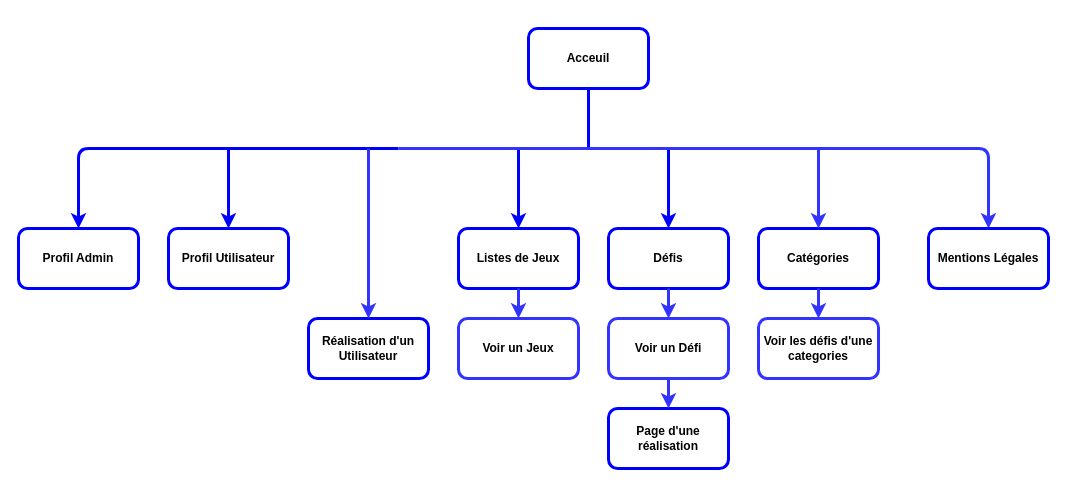
Earlier version of the draw.io diagram doc/Arborescence.drawio (RomainCenturioni/Gamer-Challenge-Back). Source tidied: cells renumbered, new cells numbered last; positions are measured from the earlier drawing's top-left corner, leaving out a move shared by most shapes. Both pictures are drawn from the tidied source at 100%, with x=0, y=0 at pixel (18, 28).
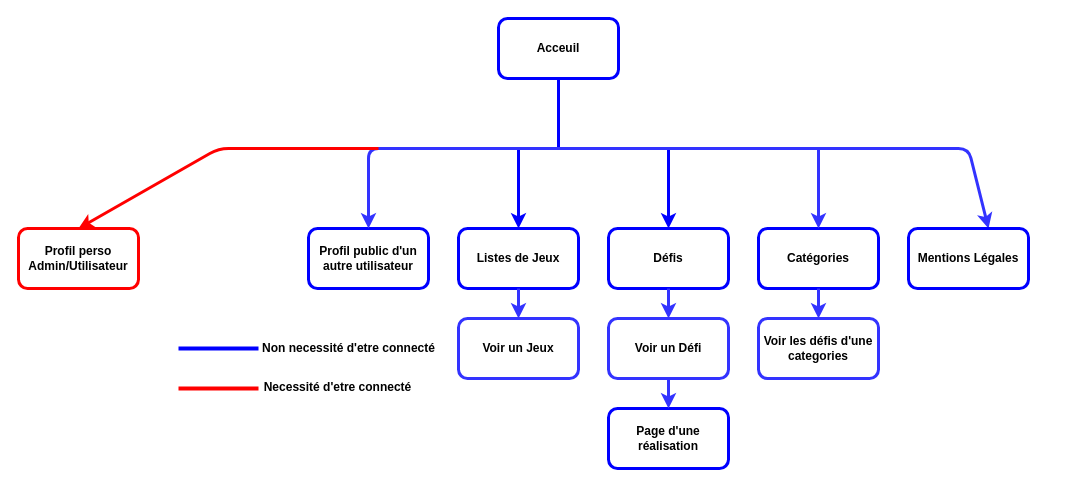
The same diagram, later.

Change to the diagram source:
```diff
@@
     <mxCell id="2" value="&lt;b&gt;Acceuil&lt;/b&gt;" style="rounded=1;whiteSpace=wrap;html=1;strokeColor=#0000FF;strokeWidth=3;" parent="1" vertex="1">
-      <mxGeometry x="510" width="120" height="60" as="geometry" />
+      <mxGeometry x="480" y="-10" width="120" height="60" as="geometry" />
     </mxCell>
     <mxCell id="3" style="endArrow=none;html=1;entryX=0.5;entryY=1;entryDx=0;entryDy=0;fillColor=#0000FF;strokeWidth=3;strokeColor=#0000FF;" parent="1" edge="1" target="2">
       <mxGeometry relative="1" as="geometry">
-        <mxPoint x="570" y="120" as="sourcePoint" />
+        <mxPoint x="540" y="120" as="sourcePoint" />
       </mxGeometry>
     </mxCell>
@@
-    <mxCell id="10" value="&lt;b&gt;Profil Admin&lt;/b&gt;" style="rounded=1;whiteSpace=wrap;html=1;strokeColor=#0000FF;strokeWidth=3;" parent="1" vertex="1">
+    <mxCell id="10" value="&lt;b&gt;Profil perso Admin/Utilisateur&lt;/b&gt;" style="rounded=1;whiteSpace=wrap;html=1;strokeColor=light-dark(#ff0000, #cdcdff);strokeWidth=3;" parent="1" vertex="1">
       <mxGeometry y="200" width="120" height="60" as="geometry" />
     </mxCell>
@@
-    <mxCell id="15" style="endArrow=classic;html=1;strokeWidth=3;strokeColor=#0000FF;entryX=0.5;entryY=0;entryDx=0;entryDy=0;" parent="1" edge="1" target="10">
-      <mxGeometry relative="1" as="geometry">
-        <mxPoint x="380" y="120" as="sourcePoint" />
-        <Array as="points">
-          <mxPoint x="60" y="120" />
-        </Array>
-      </mxGeometry>
-    </mxCell>
@@
     <mxCell id="17" style="endArrow=classic;html=1;strokeWidth=3;strokeColor=#3333FF;" parent="1" edge="1">
       <mxGeometry relative="1" as="geometry">
-        <mxPoint x="380" y="120" as="sourcePoint" />
+        <mxPoint x="370" y="120" as="sourcePoint" />
         <mxPoint x="970" y="200" as="targetPoint" />
         <Array as="points">
-          <mxPoint x="970" y="120" />
+          <mxPoint x="950" y="120" />
         </Array>
       </mxGeometry>
     </mxCell>
@@
     <mxCell id="19" value="&lt;b&gt;Mentions Légales&lt;/b&gt;" style="rounded=1;whiteSpace=wrap;html=1;strokeColor=#0000FF;strokeWidth=3;" parent="1" vertex="1">
-      <mxGeometry x="910" y="200" width="120" height="60" as="geometry" />
+      <mxGeometry x="890" y="200" width="120" height="60" as="geometry" />
     </mxCell>
-    <mxCell id="20" value="&lt;b&gt;Profil Utilisateur&lt;/b&gt;" style="rounded=1;whiteSpace=wrap;html=1;strokeColor=#0000FF;strokeWidth=3;" parent="1" vertex="1">
-      <mxGeometry x="150" y="200" width="120" height="60" as="geometry" />
-    </mxCell>
-    <mxCell id="21" style="endArrow=classic;html=1;fillColor=#0000FF;strokeWidth=3;strokeColor=#0000FF;entryX=0.5;entryY=0;entryDx=0;entryDy=0;" parent="1" edge="1" target="20">
-      <mxGeometry relative="1" as="geometry">
-        <mxPoint x="210" y="120" as="sourcePoint" />
-      </mxGeometry>
-    </mxCell>
-    <mxCell id="22" value="&lt;b&gt;Réalisation d'un Utilisateur&lt;/b&gt;" style="rounded=1;whiteSpace=wrap;html=1;strokeColor=#0000FF;strokeWidth=3;" parent="1" vertex="1">
-      <mxGeometry x="290" y="290" width="120" height="60" as="geometry" />
+    <mxCell id="22" value="&lt;b&gt;Profil public d'un autre utilisateur&lt;/b&gt;" style="rounded=1;whiteSpace=wrap;html=1;strokeColor=#0000FF;strokeWidth=3;" parent="1" vertex="1">
+      <mxGeometry x="290" y="200" width="120" height="60" as="geometry" />
     </mxCell>
@@
     <mxCell id="24" style="endArrow=classic;html=1;strokeWidth=3;strokeColor=#3333FF;entryX=0.5;entryY=0;entryDx=0;entryDy=0;" parent="1" edge="1" target="22">
       <mxGeometry relative="1" as="geometry">
-        <mxPoint x="350" y="120" as="sourcePoint" />
+        <mxPoint x="380" y="120" as="sourcePoint" />
+        <Array as="points">
+          <mxPoint x="350" y="120" />
+        </Array>
       </mxGeometry>
     </mxCell>
@@
+    <mxCell id="26" style="endArrow=none;html=1;strokeColor=#0000FF;strokeWidth=4;" parent="1" edge="1">
+      <mxGeometry relative="1" as="geometry">
+        <mxPoint x="160" y="320" as="sourcePoint" />
+        <mxPoint x="240" y="320" as="targetPoint" />
+      </mxGeometry>
+    </mxCell>
+    <mxCell id="27" style="endArrow=none;html=1;strokeColor=#FF0000;strokeWidth=4;" parent="1" edge="1">
+      <mxGeometry relative="1" as="geometry">
+        <mxPoint x="160" y="360" as="sourcePoint" />
+        <mxPoint x="240" y="360" as="targetPoint" />
+      </mxGeometry>
+    </mxCell>
+    <mxCell id="28" value="Non necessité d'etre connecté" style="text;html=1;align=center;verticalAlign=middle;strokeColor=none;fillColor=none;fontStyle=1;" parent="1" vertex="1">
+      <mxGeometry x="240" y="305" width="180" height="30" as="geometry" />
+    </mxCell>
+    <mxCell id="29" value="Necessité d'etre connecté" style="text;html=1;align=center;verticalAlign=middle;strokeColor=none;fillColor=none;fontStyle=1;" parent="1" vertex="1">
+      <mxGeometry x="239" y="344" width="160" height="30" as="geometry" />
+    </mxCell>
+    <mxCell id="30" style="endArrow=classic;html=1;strokeWidth=3;strokeColor=#FF0000;entryX=0.5;entryY=0;entryDx=0;entryDy=0;" parent="1" edge="1" target="10">
+      <mxGeometry relative="1" as="geometry">
+        <mxPoint x="360" y="120" as="sourcePoint" />
+        <Array as="points">
+          <mxPoint x="200" y="120" />
+        </Array>
+      </mxGeometry>
+    </mxCell>
```
